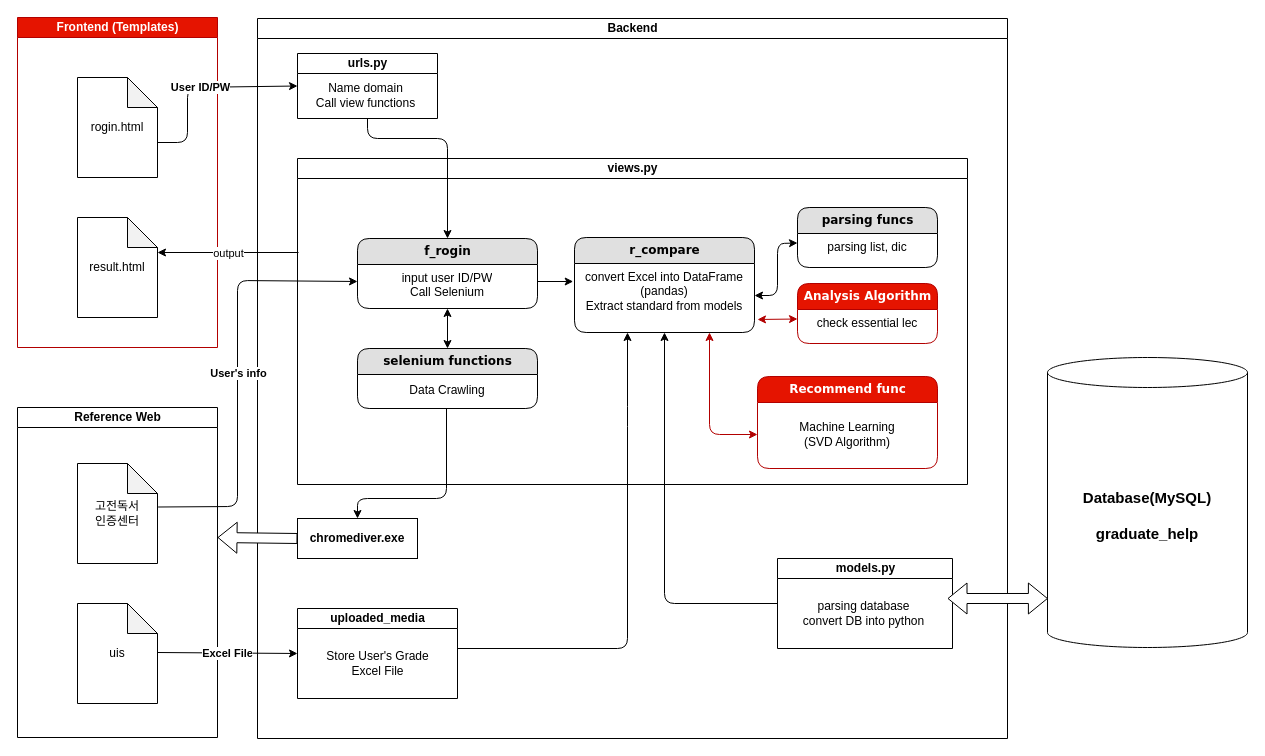
Before: Untitled Diagram.drawio in hanjo8813/Command_memo, a draw.io diagram. Source tidied: cells renumbered, new cells numbered last; positions are measured from the earlier drawing's top-left corner, leaving out a move shared by most shapes. Both pictures are drawn from the tidied source at 100%, with x=0, y=0 at pixel (17, 17).
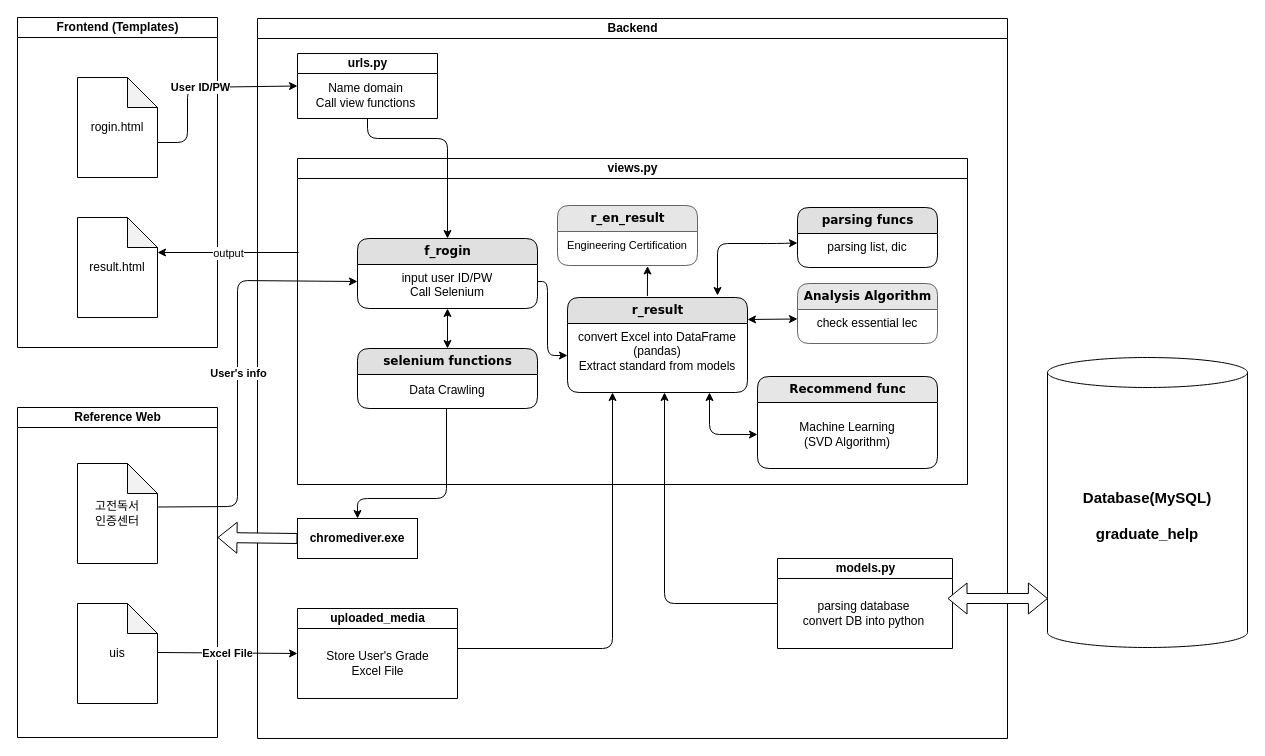
After the change.

Unchanged cells that the change refers to:
```xml
<mxCell id="5" value="Backend" style="swimlane;html=1;startSize=20;" parent="1" vertex="1">
  <mxGeometry x="240" y="1" width="750" height="720" as="geometry" />
</mxCell>
<mxCell id="6" value="views.py" style="swimlane;html=1;startSize=20;" parent="5" vertex="1">
  <mxGeometry x="40" y="140" width="670" height="326" as="geometry" />
</mxCell>
<mxCell id="8" value="input user ID/PW&lt;br&gt;Call Selenium" style="text;html=1;strokeColor=none;fillColor=none;spacingLeft=4;spacingRight=4;whiteSpace=wrap;overflow=hidden;points=[[0,0.5],[1,0.5]];portConstraint=eastwest;align=center;" parent="7" vertex="1">
  <mxGeometry y="26" width="180" height="34" as="geometry" />
</mxCell>
<mxCell id="15" value="convert Excel into DataFrame&lt;br&gt;(pandas)&lt;br&gt;Extract standard from models" style="text;html=1;strokeColor=none;fillColor=none;spacingLeft=4;spacingRight=4;whiteSpace=wrap;overflow=hidden;points=[[0,0.5],[1,0.5]];portConstraint=eastwest;align=center;" parent="14" vertex="1">
  <mxGeometry y="26" width="180" height="64" as="geometry" />
</mxCell>
<mxCell id="19" value="parsing list, dic" style="text;html=1;strokeColor=none;fillColor=none;spacingLeft=4;spacingRight=4;whiteSpace=wrap;overflow=hidden;points=[[0,0.5],[1,0.5]];portConstraint=eastwest;align=center;" parent="18" vertex="1">
  <mxGeometry y="26" width="140" height="19" as="geometry" />
</mxCell>
<mxCell id="20" style="group;" parent="6" vertex="1">
  <mxGeometry x="490" y="124" width="180" height="60" as="geometry" />
</mxCell>
<mxCell id="28" value="Machine Learning&lt;br&gt;(SVD Algorithm)" style="text;html=1;strokeColor=none;fillColor=none;align=center;verticalAlign=middle;whiteSpace=wrap;rounded=0;" parent="27" vertex="1">
  <mxGeometry y="26" width="180" height="64" as="geometry" />
</mxCell>
<mxCell id="38" value="models.py" style="swimlane;html=1;startSize=20;" parent="5" vertex="1">
  <mxGeometry x="520" y="540" width="175" height="90" as="geometry" />
</mxCell>
```

What changed in the source:
```diff
@@
-    <mxCell id="2" value="Frontend (Templates)" style="swimlane;html=1;startSize=20;fillColor=#e51400;strokeColor=#B20000;fontColor=#ffffff;" parent="1" vertex="1">
+    <mxCell id="2" value="Frontend (Templates)" style="swimlane;html=1;startSize=20;" parent="1" vertex="1">
       <mxGeometry width="200" height="330" as="geometry" />
     </mxCell>
@@
-    <mxCell id="14" value="&lt;b&gt;r_compare&lt;/b&gt;" style="swimlane;html=1;fontStyle=0;horizontal=1;startSize=26;fillColor=#e0e0e0;swimlaneFillColor=#ffffff;align=center;rounded=1;shadow=0;comic=0;labelBackgroundColor=none;strokeWidth=1;fontFamily=Verdana;fontSize=12;" parent="6" vertex="1">
-      <mxGeometry x="277" y="79" width="180" height="95" as="geometry" />
+    <mxCell id="14" value="&lt;b&gt;r_result&lt;/b&gt;" style="swimlane;html=1;fontStyle=0;horizontal=1;startSize=26;fillColor=#e0e0e0;swimlaneFillColor=#ffffff;align=center;rounded=1;shadow=0;comic=0;labelBackgroundColor=none;strokeWidth=1;fontFamily=Verdana;fontSize=12;" parent="6" vertex="1">
+      <mxGeometry x="270" y="139" width="180" height="95" as="geometry" />
     </mxCell>
@@
-    <mxCell id="22" value="&lt;b&gt;Analysis Algorithm&lt;/b&gt;" style="swimlane;html=1;fontStyle=0;horizontal=1;startSize=26;fillColor=#e51400;swimlaneFillColor=#ffffff;align=center;rounded=1;shadow=0;comic=0;labelBackgroundColor=none;strokeWidth=1;fontFamily=Verdana;fontSize=12;strokeColor=#B20000;fontColor=#ffffff;" parent="20" vertex="1">
+    <mxCell id="22" value="&lt;b&gt;Analysis Algorithm&lt;/b&gt;" style="swimlane;html=1;fontStyle=0;horizontal=1;startSize=26;swimlaneFillColor=#ffffff;align=center;rounded=1;shadow=0;comic=0;labelBackgroundColor=none;strokeWidth=1;fontFamily=Verdana;fontSize=12;strokeColor=#666666;fillColor=#E6E6E6;" parent="20" vertex="1">
       <mxGeometry x="10" y="1" width="140" height="60" as="geometry" />
     </mxCell>
@@
-    <mxCell id="24" style="endArrow=classic;startArrow=classic;html=1;shadow=0;fillColor=#e51400;entryX=0;entryY=0.5;entryDx=0;entryDy=0;strokeColor=#B20000;" parent="6" edge="1">
+    <mxCell id="24" style="endArrow=classic;startArrow=classic;html=1;shadow=0;entryX=0;entryY=0.5;entryDx=0;entryDy=0;" parent="6" edge="1">
       <mxGeometry relative="1" as="geometry">
-        <mxPoint x="460" y="161" as="sourcePoint" />
+        <mxPoint x="450" y="161" as="sourcePoint" />
         <mxPoint x="500" y="160.5" as="targetPoint" />
       </mxGeometry>
     </mxCell>
-    <mxCell id="25" style="endArrow=classic;startArrow=classic;html=1;shadow=0;fillColor=#ffffff;exitX=1;exitY=0.5;exitDx=0;exitDy=0;entryX=0;entryY=0.5;entryDx=0;entryDy=0;" parent="6" edge="1" source="15" target="19">
+    <mxCell id="25" style="endArrow=classic;startArrow=classic;html=1;shadow=0;fillColor=#ffffff;entryX=0;entryY=0.5;entryDx=0;entryDy=0;" parent="6" edge="1" target="19">
       <mxGeometry relative="1" as="geometry">
+        <mxPoint x="420" y="137" as="sourcePoint" />
         <Array as="points">
-          <mxPoint x="480" y="137" />
+          <mxPoint x="420" y="85" />
           <mxPoint x="480" y="85" />
         </Array>
       </mxGeometry>
     </mxCell>
-    <mxCell id="26" style="edgeStyle=orthogonalEdgeStyle;rounded=0;sketch=0;jettySize=auto;html=1;exitX=1;exitY=0.5;exitDx=0;exitDy=0;entryX=-0.007;entryY=0.289;entryDx=0;entryDy=0;entryPerimeter=0;shadow=0;fillColor=#ffffff;" parent="6" edge="1" source="8" target="15">
-      <mxGeometry relative="1" as="geometry" />
-    </mxCell>
-    <mxCell id="27" value="&lt;b&gt;Recommend func&lt;/b&gt;" style="swimlane;html=1;fontStyle=0;horizontal=1;startSize=26;fillColor=#e51400;swimlaneFillColor=#ffffff;align=center;rounded=1;shadow=0;comic=0;labelBackgroundColor=none;strokeWidth=1;fontFamily=Verdana;fontSize=12;strokeColor=#B20000;fontColor=#ffffff;" parent="6" vertex="1">
+    <mxCell id="27" value="&lt;b&gt;Recommend func&lt;/b&gt;" style="swimlane;html=1;fontStyle=0;horizontal=1;startSize=26;swimlaneFillColor=#ffffff;align=center;rounded=1;shadow=0;comic=0;labelBackgroundColor=none;strokeWidth=1;fontFamily=Verdana;fontSize=12;fillColor=#E6E6E6;" parent="6" vertex="1">
       <mxGeometry x="460" y="218" width="180" height="92" as="geometry" />
     </mxCell>
@@
-    <mxCell id="29" style="endArrow=classic;startArrow=classic;html=1;shadow=0;fillColor=#e51400;entryX=0.75;entryY=1;entryDx=0;entryDy=0;exitX=0;exitY=0.5;exitDx=0;exitDy=0;strokeColor=#B20000;" parent="6" edge="1" source="28" target="14">
+    <mxCell id="29" style="endArrow=classic;startArrow=classic;html=1;shadow=0;exitX=0;exitY=0.5;exitDx=0;exitDy=0;" parent="6" edge="1" source="28">
       <mxGeometry relative="1" as="geometry">
+        <mxPoint x="412" y="234" as="targetPoint" />
         <Array as="points">
           <mxPoint x="412" y="276" />
         </Array>
       </mxGeometry>
     </mxCell>
+    <mxCell id="26" style="endArrow=classic;html=1;exitX=1;exitY=0.5;exitDx=0;exitDy=0;entryX=0;entryY=0.5;entryDx=0;entryDy=0;" parent="6" edge="1" source="8" target="15">
+      <mxGeometry relative="1" as="geometry">
+        <Array as="points">
+          <mxPoint x="250" y="123" />
+          <mxPoint x="250" y="197" />
+        </Array>
+      </mxGeometry>
+    </mxCell>
+    <mxCell id="55" style="endArrow=classic;html=1;exitX=0.444;exitY=-0.015;exitDx=0;exitDy=0;exitPerimeter=0;entryX=0.643;entryY=1.015;entryDx=0;entryDy=0;entryPerimeter=0;" parent="6" edge="1" source="14" target="59">
+      <mxGeometry relative="1" as="geometry" />
+    </mxCell>
+    <mxCell id="56" style="group;" parent="6" vertex="1">
+      <mxGeometry x="250" y="46" width="180" height="60" as="geometry" />
+    </mxCell>
+    <mxCell id="57" style="edgeStyle=orthogonalEdgeStyle;rounded=0;sketch=0;jettySize=auto;html=1;exitX=0.25;exitY=1;exitDx=0;exitDy=0;entryX=0.222;entryY=1.158;entryDx=0;entryDy=0;entryPerimeter=0;shadow=0;fillColor=#ffffff;" parent="56" edge="1" source="58">
+      <mxGeometry relative="1" as="geometry">
+        <mxPoint x="50" y="50" as="targetPoint" />
+      </mxGeometry>
+    </mxCell>
+    <mxCell id="58" value="&lt;b&gt;r_en_result&lt;/b&gt;" style="swimlane;html=1;fontStyle=0;horizontal=1;startSize=26;swimlaneFillColor=#ffffff;align=center;rounded=1;shadow=0;comic=0;labelBackgroundColor=none;strokeWidth=1;fontFamily=Verdana;fontSize=12;strokeColor=#666666;fillColor=#E6E6E6;" parent="56" vertex="1">
+      <mxGeometry x="10" y="1" width="140" height="60" as="geometry" />
+    </mxCell>
+    <mxCell id="59" value="&lt;font style=&quot;font-size: 11px&quot;&gt;Engineering Certification&lt;/font&gt;" style="text;html=1;strokeColor=none;fillColor=none;spacingLeft=4;spacingRight=4;whiteSpace=wrap;overflow=hidden;points=[[0,0.5],[1,0.5]];portConstraint=eastwest;align=center;" parent="58" vertex="1">
+      <mxGeometry y="26" width="140" height="34" as="geometry" />
+    </mxCell>
@@
-    <mxCell id="37" style="endArrow=classic;html=1;shadow=0;fillColor=#ffffff;exitX=1;exitY=0.5;exitDx=0;exitDy=0;" parent="5" edge="1">
+    <mxCell id="37" style="endArrow=classic;html=1;shadow=0;fillColor=#ffffff;exitX=1;exitY=0.5;exitDx=0;exitDy=0;entryX=0.25;entryY=1;entryDx=0;entryDy=0;" parent="5" edge="1" target="14">
       <mxGeometry relative="1" as="geometry">
         <mxPoint x="200" y="630" as="sourcePoint" />
-        <mxPoint x="370" y="314" as="targetPoint" />
         <Array as="points">
-          <mxPoint x="370" y="630" />
-          <mxPoint x="370" y="398" />
+          <mxPoint x="355" y="630" />
         </Array>
       </mxGeometry>
     </mxCell>
@@
-    <mxCell id="40" style="endArrow=classic;html=1;shadow=0;fillColor=#ffffff;exitX=0;exitY=0.5;exitDx=0;exitDy=0;entryX=0.5;entryY=1;entryDx=0;entryDy=0;" parent="5" edge="1" source="38" target="14">
+    <mxCell id="40" style="endArrow=classic;html=1;shadow=0;fillColor=#ffffff;exitX=0;exitY=0.5;exitDx=0;exitDy=0;" parent="5" edge="1" source="38">
       <mxGeometry relative="1" as="geometry">
+        <mxPoint x="407" y="374" as="targetPoint" />
         <Array as="points">
           <mxPoint x="407" y="585" />
         </Array>
       </mxGeometry>
     </mxCell>
```
